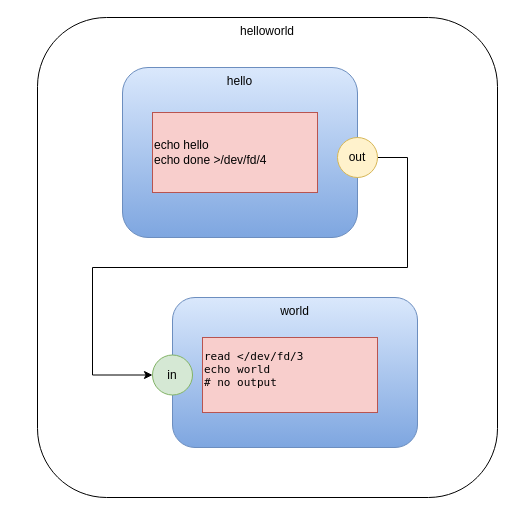
Above: das2j/helloworld.drawio in guitarvydas/app (draw.io), before the change. Source tidied: cells renumbered, new cells numbered last; positions are measured from the earlier drawing's top-left corner, leaving out a move shared by most shapes. Both pictures are drawn from the tidied source at 100%, with x=0, y=0 at pixel (37, 17).
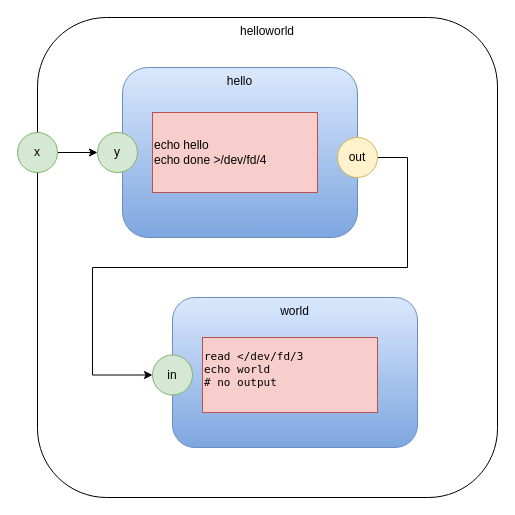
Above is the later version.

Change to the diagram source:
```diff
@@
 <mxGraphModel>
   <root>
     <mxCell id="0" />
     <mxCell id="1" parent="0" />
     <mxCell id="2" value="helloworld" style="rounded=1;whiteSpace=wrap;html=1;verticalAlign=top;" parent="1" vertex="1">
       <mxGeometry width="460" height="480" as="geometry" />
     </mxCell>
     <mxCell id="3" value="hello" style="rounded=1;whiteSpace=wrap;html=1;gradientColor=#7ea6e0;fillColor=#dae8fc;strokeColor=#6c8ebf;verticalAlign=top;" parent="1" vertex="1">
       <mxGeometry x="85" y="50" width="235" height="170" as="geometry" />
     </mxCell>
     <mxCell id="4" value="&lt;div&gt;echo hello&lt;/div&gt;&lt;div&gt;&lt;/div&gt;echo done &amp;gt;/dev/fd/4" style="rounded=0;whiteSpace=wrap;html=1;fillColor=#f8cecc;strokeColor=#b85450;align=left;" parent="1" vertex="1">
       <mxGeometry x="115" y="95" width="165" height="80" as="geometry" />
     </mxCell>
     <mxCell id="5" style="edgeStyle=orthogonalEdgeStyle;rounded=0;jettySize=auto;html=1;entryX=0;entryY=0.5;entryDx=0;entryDy=0;" parent="1" edge="1" source="6" target="8">
       <mxGeometry relative="1" as="geometry">
         <Array as="points">
           <mxPoint x="370" y="140" />
           <mxPoint x="370" y="250" />
           <mxPoint x="55" y="250" />
           <mxPoint x="55" y="358" />
         </Array>
       </mxGeometry>
     </mxCell>
     <mxCell id="6" value="out" style="ellipse;whiteSpace=wrap;html=1;fillColor=#fff2cc;strokeColor=#d6b656;" parent="1" vertex="1">
       <mxGeometry x="300" y="120" width="40" height="40" as="geometry" />
     </mxCell>
     <mxCell id="7" value="world" style="rounded=1;whiteSpace=wrap;html=1;gradientColor=#7ea6e0;fillColor=#dae8fc;strokeColor=#6c8ebf;verticalAlign=top;" parent="1" vertex="1">
       <mxGeometry x="135" y="280" width="245" height="150" as="geometry" />
     </mxCell>
     <mxCell id="8" value="in" style="ellipse;whiteSpace=wrap;html=1;fillColor=#d5e8d4;strokeColor=#82b366;" parent="1" vertex="1">
       <mxGeometry x="115" y="337.5" width="40" height="40" as="geometry" />
     </mxCell>
     <mxCell id="9" value="&lt;p class=&quot;p1&quot; style=&quot;margin: 0px ; font-stretch: normal ; font-size: 11px ; line-height: normal ; font-family: &amp;#34;menlo&amp;#34;&quot;&gt;&lt;span class=&quot;s1&quot;&gt;read &amp;lt;/dev/fd/3&lt;/span&gt;&lt;/p&gt;&lt;p class=&quot;p1&quot; style=&quot;margin: 0px ; font-stretch: normal ; font-size: 11px ; line-height: normal ; font-family: &amp;#34;menlo&amp;#34;&quot;&gt;&lt;span class=&quot;s1&quot;&gt;echo world&lt;/span&gt;&lt;/p&gt;&lt;p class=&quot;p1&quot; style=&quot;margin: 0px ; font-stretch: normal ; font-size: 11px ; line-height: normal ; font-family: &amp;#34;menlo&amp;#34;&quot;&gt;&lt;span class=&quot;s1&quot;&gt;# no output&lt;/span&gt;&lt;/p&gt;&lt;p class=&quot;p1&quot; style=&quot;margin: 0px ; font-stretch: normal ; font-size: 11px ; line-height: normal ; font-family: &amp;#34;menlo&amp;#34;&quot;&gt;&lt;br&gt;&lt;/p&gt;" style="rounded=0;whiteSpace=wrap;html=1;fillColor=#f8cecc;strokeColor=#b85450;align=left;" parent="1" vertex="1">
       <mxGeometry x="165" y="320" width="175" height="75" as="geometry" />
     </mxCell>
+    <mxCell id="10" value="y" style="ellipse;whiteSpace=wrap;html=1;fillColor=#d5e8d4;strokeColor=#82b366;" parent="1" vertex="1">
+      <mxGeometry x="60" y="115" width="40" height="40" as="geometry" />
+    </mxCell>
+    <mxCell id="11" style="edgeStyle=orthogonalEdgeStyle;rounded=0;jettySize=auto;html=1;" parent="1" edge="1" source="12" target="10">
+      <mxGeometry relative="1" as="geometry" />
+    </mxCell>
+    <mxCell id="12" value="x" style="ellipse;whiteSpace=wrap;html=1;fillColor=#d5e8d4;strokeColor=#82b366;" parent="1" vertex="1">
+      <mxGeometry x="-20" y="115" width="40" height="40" as="geometry" />
+    </mxCell>
   </root>
 </mxGraphModel>
```
